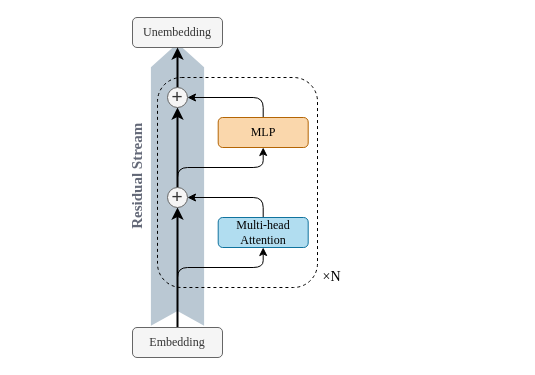
Above: UndergradThesis-transformer.drawio in ShiningCrevice/drawio-hosting (draw.io), before the change. Source tidied: cells renumbered, new cells numbered last; positions are measured from the earlier drawing's top-left corner, leaving out a move shared by most shapes. Both pictures are drawn from the tidied source at 100%, with x=0, y=0 at pixel (36, 17).
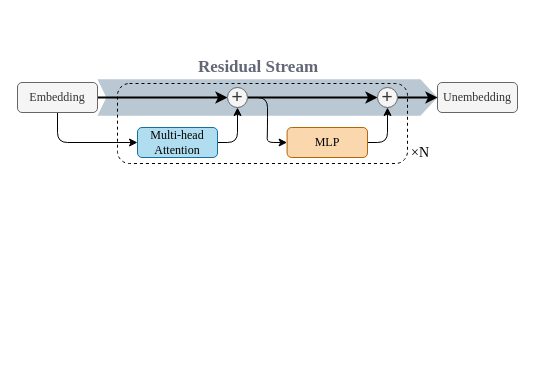
After the change.

Diff of the diagram source:
```diff
@@
-    <mxCell id="2" style="html=1;shadow=0;dashed=0;align=center;verticalAlign=middle;shape=mxgraph.arrows2.arrow;dy=0;dx=23.91;notch=14.72;fontFamily=Helvetica;fontSize=11;labelBackgroundColor=default;rotation=-90;fillColor=#bac8d3;strokeColor=none;" parent="1" vertex="1">
-      <mxGeometry x="-0.2" y="140.4" width="282.4" height="53.2" as="geometry" />
+    <mxCell id="2" style="html=1;shadow=0;dashed=0;align=center;verticalAlign=middle;shape=mxgraph.arrows2.arrow;dy=0;dx=17.06;notch=8.83;fontFamily=Helvetica;fontSize=11;labelBackgroundColor=default;rotation=0;fillColor=#bac8d3;strokeColor=none;" parent="1" vertex="1">
+      <mxGeometry x="61" y="61.7" width="340" height="36.6" as="geometry" />
     </mxCell>
     <mxCell id="3" style="rounded=1;whiteSpace=wrap;html=1;fontFamily=Times New Roman;fontSize=12;fontColor=default;labelBackgroundColor=default;fillColor=none;dashed=1;perimeterSpacing=0;" parent="1" vertex="1">
-      <mxGeometry x="121" y="60" width="160" height="210" as="geometry" />
+      <mxGeometry x="81" y="66" width="290" height="80" as="geometry" />
     </mxCell>
     <mxCell id="4" value="&lt;font&gt;Unembedding&lt;/font&gt;" style="rounded=1;whiteSpace=wrap;html=1;fontFamily=Times New Roman;fontSize=12;fillColor=#f5f5f5;strokeColor=#666666;fontColor=#333333;" parent="1" vertex="1">
-      <mxGeometry x="96" width="90" height="30" as="geometry" />
+      <mxGeometry x="401" y="65" width="80" height="30" as="geometry" />
     </mxCell>
-    <mxCell id="5" style="edgeStyle=orthogonalEdgeStyle;shape=connector;curved=0;rounded=1;jettySize=auto;html=1;exitX=0.5;exitY=0;exitDx=0;exitDy=0;entryX=0.5;entryY=1;entryDx=0;entryDy=0;strokeColor=default;align=center;verticalAlign=middle;fontFamily=Times New Roman;fontSize=12;fontColor=default;labelBackgroundColor=default;endArrow=classic;strokeWidth=2;" parent="1" edge="1" source="7" target="14">
+    <mxCell id="5" style="edgeStyle=orthogonalEdgeStyle;shape=connector;curved=0;rounded=1;jettySize=auto;html=1;exitX=1;exitY=0.5;exitDx=0;exitDy=0;entryX=0;entryY=0.5;entryDx=0;entryDy=0;strokeColor=default;align=center;verticalAlign=middle;fontFamily=Times New Roman;fontSize=12;fontColor=default;labelBackgroundColor=default;endArrow=classic;strokeWidth=2;" parent="1" edge="1" source="7" target="14">
       <mxGeometry relative="1" as="geometry" />
     </mxCell>
-    <mxCell id="6" style="edgeStyle=orthogonalEdgeStyle;shape=connector;curved=0;rounded=1;jettySize=auto;html=1;exitX=0.5;exitY=0;exitDx=0;exitDy=0;entryX=0.5;entryY=1;entryDx=0;entryDy=0;strokeColor=default;align=center;verticalAlign=middle;fontFamily=Helvetica;fontSize=11;fontColor=default;labelBackgroundColor=default;endArrow=classic;" parent="1" edge="1" source="7" target="9">
-      <mxGeometry relative="1" as="geometry">
-        <Array as="points">
-          <mxPoint x="141" y="250" />
-          <mxPoint x="227" y="250" />
-        </Array>
-      </mxGeometry>
+    <mxCell id="6" style="edgeStyle=orthogonalEdgeStyle;shape=connector;curved=0;rounded=1;jettySize=auto;html=1;exitX=0.5;exitY=1;exitDx=0;exitDy=0;entryX=0;entryY=0.5;entryDx=0;entryDy=0;strokeColor=default;align=center;verticalAlign=middle;fontFamily=Helvetica;fontSize=11;fontColor=default;labelBackgroundColor=default;endArrow=classic;" parent="1" edge="1" source="7" target="9">
+      <mxGeometry relative="1" as="geometry" />
     </mxCell>
     <mxCell id="7" value="Embedding" style="rounded=1;whiteSpace=wrap;html=1;fontFamily=Times New Roman;fontSize=12;fillColor=#f5f5f5;strokeColor=#666666;fontColor=#333333;" parent="1" vertex="1">
-      <mxGeometry x="96" y="310" width="90" height="30" as="geometry" />
+      <mxGeometry x="-19" y="65" width="80" height="30" as="geometry" />
     </mxCell>
-    <mxCell id="8" style="edgeStyle=orthogonalEdgeStyle;shape=connector;curved=0;rounded=1;jettySize=auto;html=1;exitX=0.5;exitY=0;exitDx=0;exitDy=0;entryX=1;entryY=0.5;entryDx=0;entryDy=0;strokeColor=default;align=center;verticalAlign=middle;fontFamily=Times New Roman;fontSize=12;fontColor=default;labelBackgroundColor=default;endArrow=classic;" parent="1" edge="1" source="9" target="14">
+    <mxCell id="8" style="edgeStyle=orthogonalEdgeStyle;shape=connector;curved=0;rounded=1;jettySize=auto;html=1;exitX=1;exitY=0.5;exitDx=0;exitDy=0;entryX=0.5;entryY=1;entryDx=0;entryDy=0;strokeColor=default;align=center;verticalAlign=middle;fontFamily=Times New Roman;fontSize=12;fontColor=default;labelBackgroundColor=default;endArrow=classic;" parent="1" edge="1" source="9" target="14">
       <mxGeometry relative="1" as="geometry" />
     </mxCell>
     <mxCell id="9" value="Multi-head Attention" style="rounded=1;whiteSpace=wrap;html=1;fontFamily=Times New Roman;fontSize=12;fillColor=#b1ddf0;strokeColor=#10739e;" parent="1" vertex="1">
-      <mxGeometry x="181.7" y="200" width="90" height="30" as="geometry" />
+      <mxGeometry x="101" y="110" width="80" height="30" as="geometry" />
     </mxCell>
-    <mxCell id="10" style="edgeStyle=orthogonalEdgeStyle;shape=connector;curved=0;rounded=1;jettySize=auto;html=1;entryX=1;entryY=0.5;entryDx=0;entryDy=0;strokeColor=default;align=center;verticalAlign=middle;fontFamily=Times New Roman;fontSize=12;fontColor=default;labelBackgroundColor=default;endArrow=classic;exitX=0.5;exitY=0;exitDx=0;exitDy=0;" parent="1" edge="1" source="11" target="16">
+    <mxCell id="10" style="edgeStyle=orthogonalEdgeStyle;shape=connector;curved=0;rounded=1;jettySize=auto;html=1;entryX=0.5;entryY=1;entryDx=0;entryDy=0;strokeColor=default;align=center;verticalAlign=middle;fontFamily=Times New Roman;fontSize=12;fontColor=default;labelBackgroundColor=default;endArrow=classic;exitX=1;exitY=0.5;exitDx=0;exitDy=0;" parent="1" edge="1" source="11" target="16">
       <mxGeometry relative="1" as="geometry" />
     </mxCell>
     <mxCell id="11" value="MLP" style="rounded=1;whiteSpace=wrap;html=1;fontFamily=Times New Roman;fontSize=12;fillColor=#fad7ac;strokeColor=#b46504;" parent="1" vertex="1">
-      <mxGeometry x="181.7" y="100" width="90" height="30" as="geometry" />
+      <mxGeometry x="250.6" y="110" width="80.4" height="30" as="geometry" />
     </mxCell>
-    <mxCell id="12" style="edgeStyle=orthogonalEdgeStyle;shape=connector;curved=0;rounded=1;jettySize=auto;html=1;exitX=0.5;exitY=0;exitDx=0;exitDy=0;entryX=0.5;entryY=1;entryDx=0;entryDy=0;strokeColor=default;align=center;verticalAlign=middle;fontFamily=Times New Roman;fontSize=12;fontColor=default;labelBackgroundColor=default;endArrow=classic;strokeWidth=2;" parent="1" edge="1" source="14" target="16">
+    <mxCell id="12" style="edgeStyle=orthogonalEdgeStyle;shape=connector;curved=0;rounded=1;jettySize=auto;html=1;exitX=1;exitY=0.5;exitDx=0;exitDy=0;entryX=0;entryY=0.5;entryDx=0;entryDy=0;strokeColor=default;align=center;verticalAlign=middle;fontFamily=Times New Roman;fontSize=12;fontColor=default;labelBackgroundColor=default;endArrow=classic;strokeWidth=2;" parent="1" edge="1" source="14" target="16">
       <mxGeometry relative="1" as="geometry" />
     </mxCell>
-    <mxCell id="13" style="edgeStyle=orthogonalEdgeStyle;shape=connector;curved=0;rounded=1;jettySize=auto;html=1;exitX=0.5;exitY=0;exitDx=0;exitDy=0;entryX=0.5;entryY=1;entryDx=0;entryDy=0;strokeColor=default;align=center;verticalAlign=middle;fontFamily=Times New Roman;fontSize=12;fontColor=default;labelBackgroundColor=default;endArrow=classic;" parent="1" edge="1" source="14" target="11">
+    <mxCell id="13" style="edgeStyle=orthogonalEdgeStyle;shape=connector;curved=0;rounded=1;jettySize=auto;html=1;exitX=1;exitY=0.5;exitDx=0;exitDy=0;entryX=0;entryY=0.5;entryDx=0;entryDy=0;strokeColor=default;align=center;verticalAlign=middle;fontFamily=Times New Roman;fontSize=12;fontColor=default;labelBackgroundColor=default;endArrow=classic;" parent="1" edge="1" source="14" target="11">
       <mxGeometry relative="1" as="geometry" />
     </mxCell>
     <mxCell id="14" value="+" style="ellipse;whiteSpace=wrap;html=1;fontFamily=Helvetica;fontSize=19;fontStyle=0;fillColor=#f5f5f5;fontColor=#333333;strokeColor=#666666;" parent="1" vertex="1">
-      <mxGeometry x="131" y="170" width="20" height="20" as="geometry" />
+      <mxGeometry x="191" y="70" width="20" height="20" as="geometry" />
     </mxCell>
-    <mxCell id="15" style="edgeStyle=orthogonalEdgeStyle;shape=connector;curved=0;rounded=1;jettySize=auto;html=1;entryX=0.5;entryY=1;entryDx=0;entryDy=0;strokeColor=default;align=center;verticalAlign=middle;fontFamily=Times New Roman;fontSize=12;fontColor=default;labelBackgroundColor=default;endArrow=classic;strokeWidth=2;" parent="1" edge="1" source="16" target="4">
+    <mxCell id="15" style="edgeStyle=orthogonalEdgeStyle;shape=connector;curved=0;rounded=1;jettySize=auto;html=1;entryX=0;entryY=0.5;entryDx=0;entryDy=0;strokeColor=default;align=center;verticalAlign=middle;fontFamily=Times New Roman;fontSize=12;fontColor=default;labelBackgroundColor=default;endArrow=classic;strokeWidth=2;" parent="1" edge="1" source="16" target="4">
       <mxGeometry relative="1" as="geometry" />
     </mxCell>
     <mxCell id="16" value="+" style="ellipse;whiteSpace=wrap;html=1;fontFamily=Helvetica;fontSize=19;fontStyle=0;fillColor=#f5f5f5;fontColor=#333333;strokeColor=#666666;" parent="1" vertex="1">
-      <mxGeometry x="131" y="70" width="20" height="20" as="geometry" />
+      <mxGeometry x="341" y="70" width="20" height="20" as="geometry" />
     </mxCell>
-    <mxCell id="17" value="&lt;font face=&quot;Times New Roman&quot;&gt;&lt;b&gt;Residual Stream&lt;/b&gt;&lt;/font&gt;" style="text;html=1;whiteSpace=wrap;strokeColor=none;fillColor=none;align=center;verticalAlign=middle;rounded=0;fontFamily=Helvetica;fontSize=15;fontColor=light-dark(#636877,#EDEDED);labelBackgroundColor=none;rotation=-90;" parent="1" vertex="1">
-      <mxGeometry x="19.4" y="143.2" width="162.4" height="30" as="geometry" />
+    <mxCell id="17" value="&lt;font face=&quot;Times New Roman&quot;&gt;&lt;b&gt;Residual Stream&lt;/b&gt;&lt;/font&gt;" style="text;html=1;whiteSpace=wrap;strokeColor=none;fillColor=none;align=center;verticalAlign=middle;rounded=0;fontFamily=Helvetica;fontSize=17;fontColor=light-dark(#636877,#EDEDED);labelBackgroundColor=none;rotation=0;" parent="1" vertex="1">
+      <mxGeometry x="141" y="35" width="162.4" height="30" as="geometry" />
     </mxCell>
     <mxCell id="18" value="&lt;span style=&quot;text-align: start;&quot;&gt;×N&lt;/span&gt;" style="text;html=1;whiteSpace=wrap;strokeColor=none;fillColor=none;align=center;verticalAlign=middle;rounded=0;fontFamily=Times New Roman;fontSize=14;fontColor=#000000;labelBackgroundColor=none;" parent="1" vertex="1">
-      <mxGeometry x="261" y="250" width="69.3" height="20" as="geometry" />
+      <mxGeometry x="361" y="126" width="46" height="20" as="geometry" />
     </mxCell>
```
